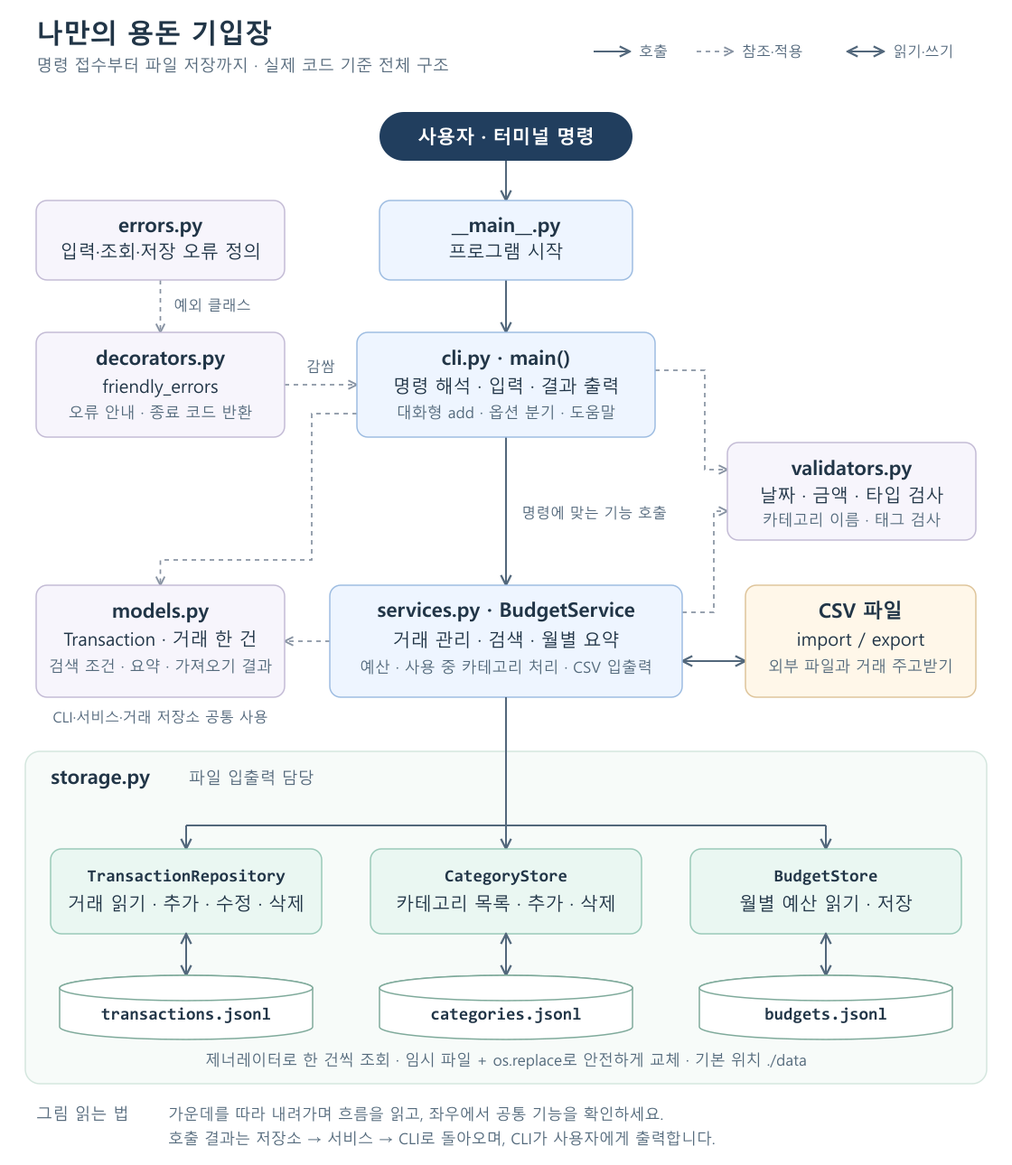
tjdgns6427-ops/mission2-1 keeps this Mermaid diagram as docs/architecture.png. Above is the earlier version. Its source is kept beside it as docs/architecture.mmd. Its diagram source:
```mermaid
flowchart TB
    USER([사용자 · 터미널 명령]) --> MAIN["__main__.py<br/>프로그램 시작"]
    MAIN --> CLI["cli.py · main()<br/>명령 해석 · 입력 · 결과 출력"]
    CLI --> SERVICE["services.py · BudgetService<br/>거래 · 검색 · 월별 요약<br/>예산 · 카테고리 · CSV"]

    ERRORS["errors.py<br/>사용자용 예외 클래스"] -. 예외 종류 .-> DECORATOR["decorators.py<br/>friendly_errors"]
    DECORATOR -. main 함수 감쌈 .-> CLI
    CLI -. 입력 검사 .-> VALIDATORS["validators.py<br/>날짜 · 금액 · 타입 · 태그 검증"]
    SERVICE -. 입력 검사 .-> VALIDATORS
    CLI -. 데이터 양식 .-> MODELS["models.py<br/>Transaction · SearchCriteria<br/>MonthlySummary · ImportResult"]
    SERVICE -. 데이터 양식 .-> MODELS
    SERVICE <-->|import / export| CSV[(CSV 파일)]

    subgraph STORAGE["storage.py · JSONL 파일 입출력"]
        TX["TransactionRepository<br/>거래 읽기 · 추가 · 수정 · 삭제"]
        CAT["CategoryStore<br/>카테고리 목록 · 추가 · 삭제"]
        BUD["BudgetStore<br/>월별 예산 읽기 · 저장"]
        TX <--> TXFILE[(transactions.jsonl)]
        CAT <--> CATFILE[(categories.jsonl)]
        BUD <--> BUDFILE[(budgets.jsonl)]
    end
    SERVICE --> TX
    SERVICE --> CAT
    SERVICE --> BUD
    TX -. Transaction 사용 .-> MODELS

    classDef primary fill:#eef5ff,stroke:#9dbce1,color:#213547;
    classDef helper fill:#f7f5fc,stroke:#c3bbd5,color:#213547;
    classDef store fill:#eaf7f2,stroke:#99c9b8,color:#213547;
    class MAIN,CLI,SERVICE primary;
    class ERRORS,DECORATOR,VALIDATORS,MODELS helper;
    class TX,CAT,BUD store;
```
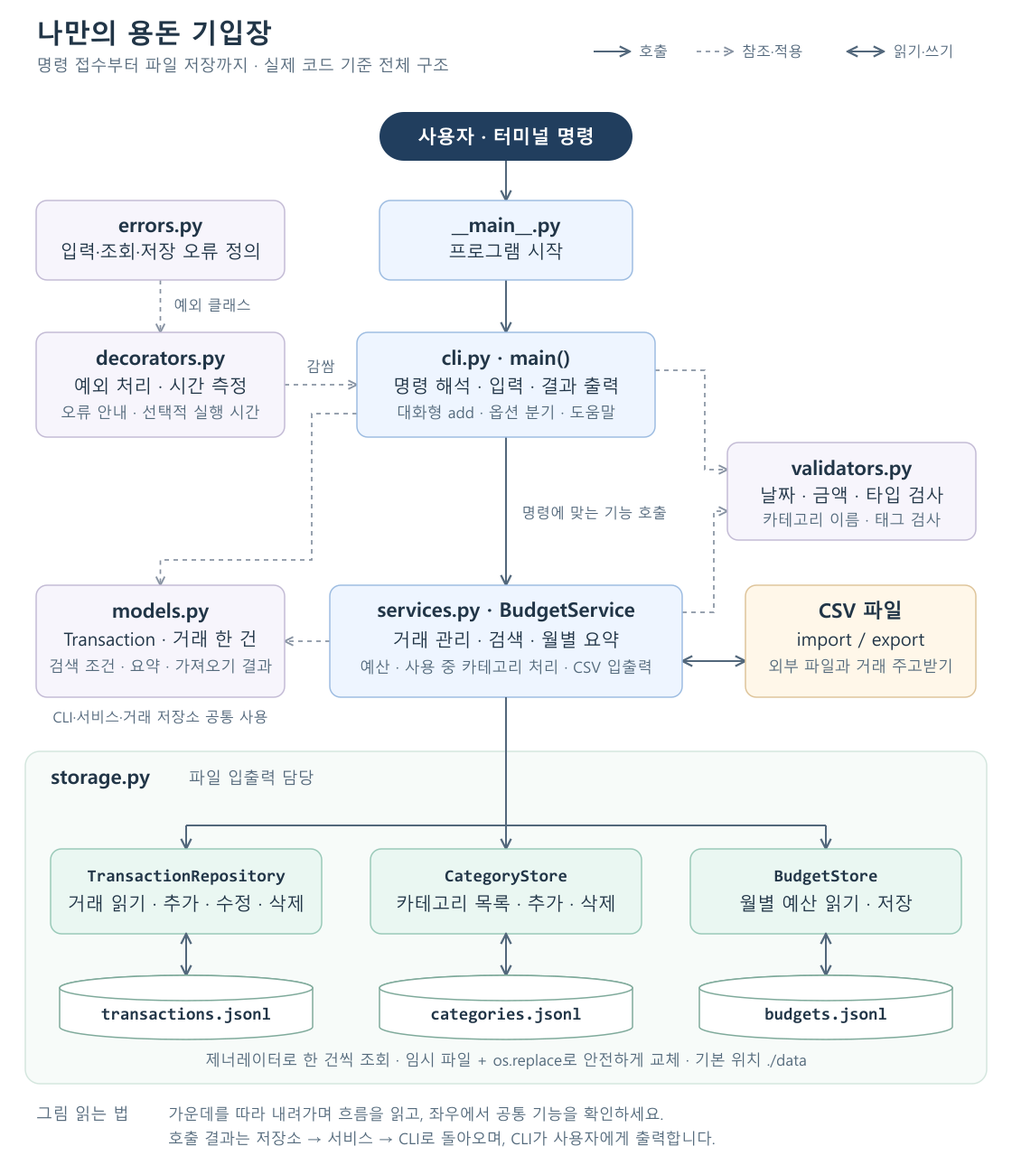
The same file after the commit.

Commit message:
Address prereview feedback on decorators and storage tradeoffs

What changed in the source:
```diff
@@ -3,7 +3,7 @@
     MAIN --> CLI["cli.py · main()<br/>명령 해석 · 입력 · 결과 출력"]
     CLI --> SERVICE["services.py · BudgetService<br/>거래 · 검색 · 월별 요약<br/>예산 · 카테고리 · CSV"]
 
-    ERRORS["errors.py<br/>사용자용 예외 클래스"] -. 예외 종류 .-> DECORATOR["decorators.py<br/>friendly_errors"]
+    ERRORS["errors.py<br/>사용자용 예외 클래스"] -. 예외 종류 .-> DECORATOR["decorators.py<br/>예외 처리 · 시간 측정"]
     DECORATOR -. main 함수 감쌈 .-> CLI
     CLI -. 입력 검사 .-> VALIDATORS["validators.py<br/>날짜 · 금액 · 타입 · 태그 검증"]
     SERVICE -. 입력 검사 .-> VALIDATORS
```
